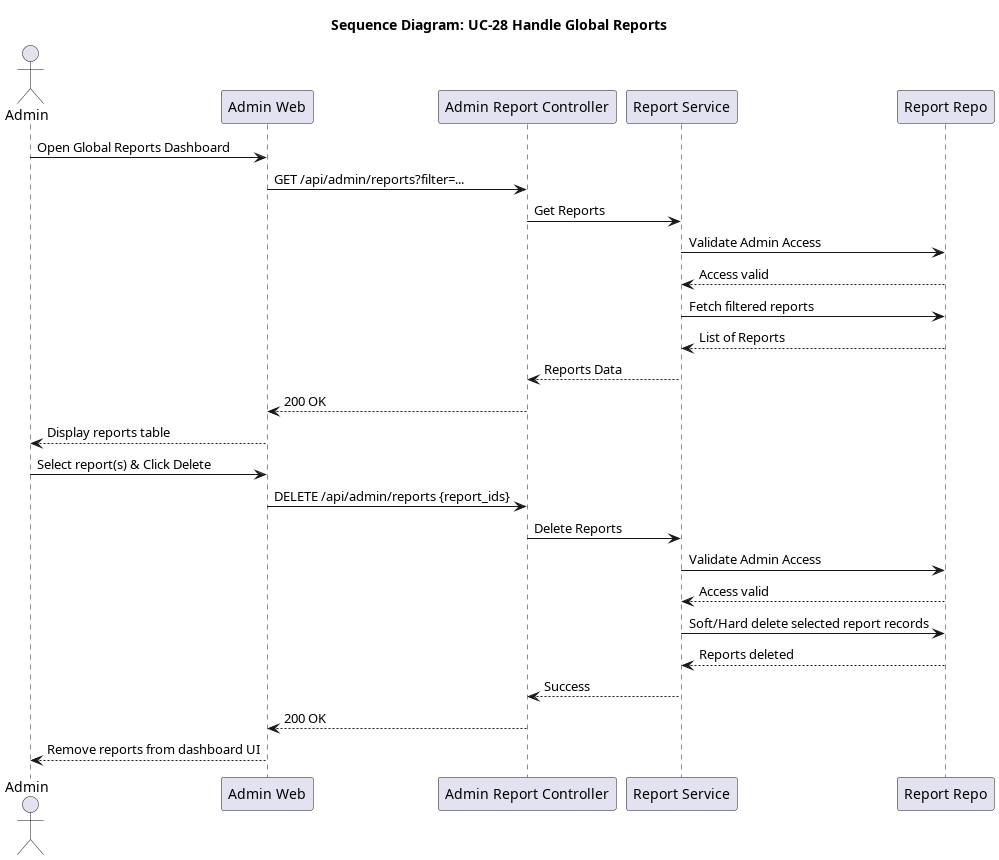
Before: docs/srs_add/SAD/diagrams/seq_28_handle_global_reports.png, a diagram exported from PlantUML (giakiet05/lkforum-new).
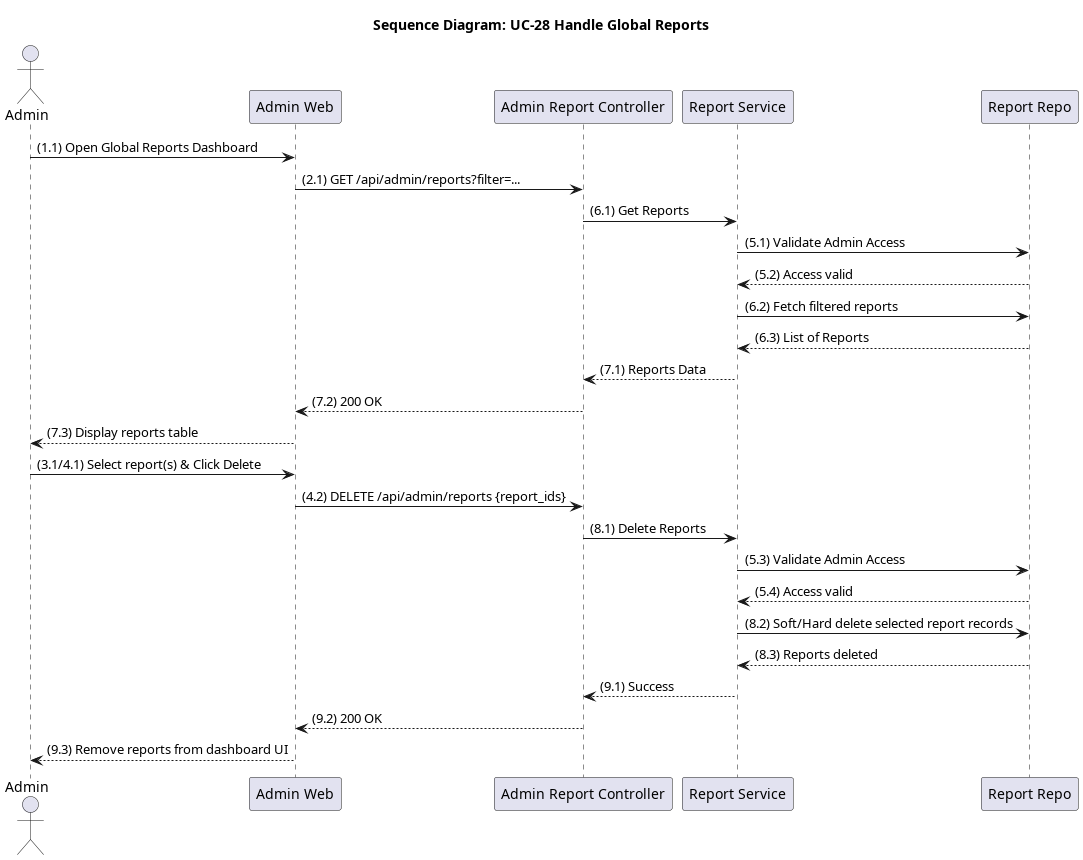
Later version of the same file.

What changed in the source:
```diff
@@ -7,25 +7,25 @@
 participant "Report Service" as Service
 participant "Report Repo" as Repo
 
-Admin -> Frontend: Open Global Reports Dashboard
-Frontend -> Controller: GET /api/admin/reports?filter=...
-Controller -> Service: Get Reports
-Service -> Repo: Validate Admin Access
-Repo --> Service: Access valid
-Service -> Repo: Fetch filtered reports
-Repo --> Service: List of Reports
-Service --> Controller: Reports Data
-Controller --> Frontend: 200 OK
-Frontend --> Admin: Display reports table
+Admin -> Frontend: (1.1) Open Global Reports Dashboard
+Frontend -> Controller: (2.1) GET /api/admin/reports?filter=...
+Controller -> Service: (6.1) Get Reports
+Service -> Repo: (5.1) Validate Admin Access
+Repo --> Service: (5.2) Access valid
+Service -> Repo: (6.2) Fetch filtered reports
+Repo --> Service: (6.3) List of Reports
+Service --> Controller: (7.1) Reports Data
+Controller --> Frontend: (7.2) 200 OK
+Frontend --> Admin: (7.3) Display reports table
 
-Admin -> Frontend: Select report(s) & Click Delete
-Frontend -> Controller: DELETE /api/admin/reports {report_ids}
-Controller -> Service: Delete Reports
-Service -> Repo: Validate Admin Access
-Repo --> Service: Access valid
-Service -> Repo: Soft/Hard delete selected report records
-Repo --> Service: Reports deleted
-Service --> Controller: Success
-Controller --> Frontend: 200 OK
-Frontend --> Admin: Remove reports from dashboard UI
+Admin -> Frontend: (3.1/4.1) Select report(s) & Click Delete
+Frontend -> Controller: (4.2) DELETE /api/admin/reports {report_ids}
+Controller -> Service: (8.1) Delete Reports
+Service -> Repo: (5.3) Validate Admin Access
+Repo --> Service: (5.4) Access valid
+Service -> Repo: (8.2) Soft/Hard delete selected report records
+Repo --> Service: (8.3) Reports deleted
+Service --> Controller: (9.1) Success
+Controller --> Frontend: (9.2) 200 OK
+Frontend --> Admin: (9.3) Remove reports from dashboard UI
 @enduml
```
